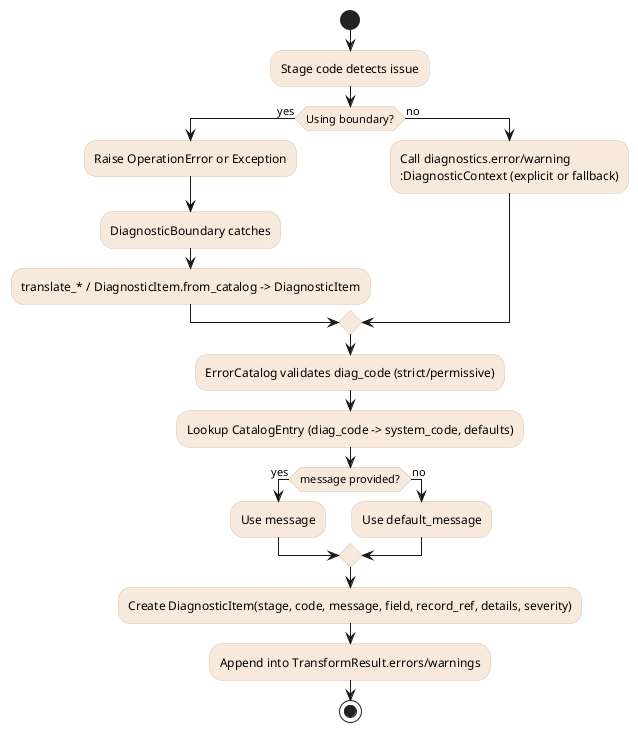
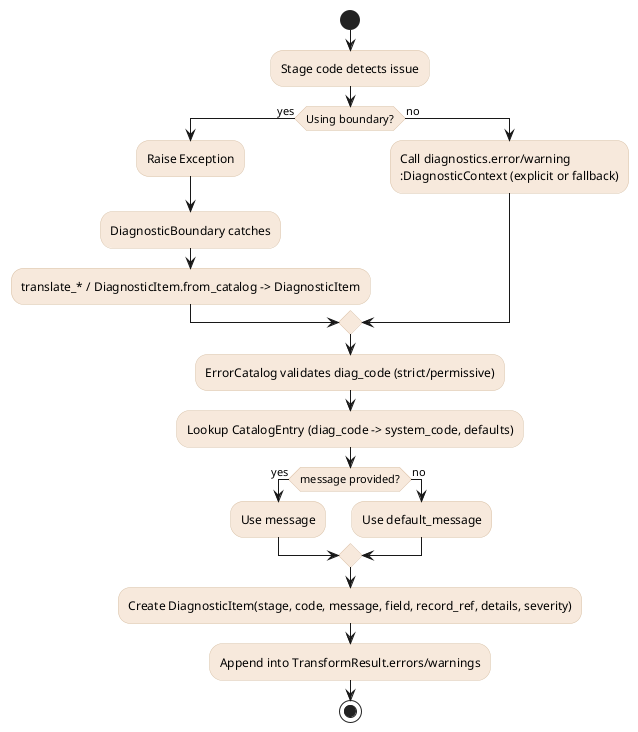
@startuml
skinparam backgroundColor white
skinparam linetype ortho
skinparam defaultFontName Arial
skinparam ActivityBackgroundColor #f7e9dc
skinparam ActivityBorderColor #d9c2a8
start
:Stage code detects issue;
if (Using boundary?) then (yes)
-   :Raise OperationError or Exception;
+   :Raise Exception;
  :DiagnosticBoundary catches;
  :translate_* / DiagnosticItem.from_catalog -> DiagnosticItem;
else (no)
  :Call diagnostics.error/warning
  :DiagnosticContext (explicit or fallback);
endif
:ErrorCatalog validates diag_code (strict/permissive);
:Lookup CatalogEntry (diag_code -> system_code, defaults);
if (message provided?) then (yes)
  :Use message;
else (no)
  :Use default_message;
endif
:Create DiagnosticItem(stage, code, message, field, record_ref, details, severity);
:Append into TransformResult.errors/warnings;
stop
@enduml
